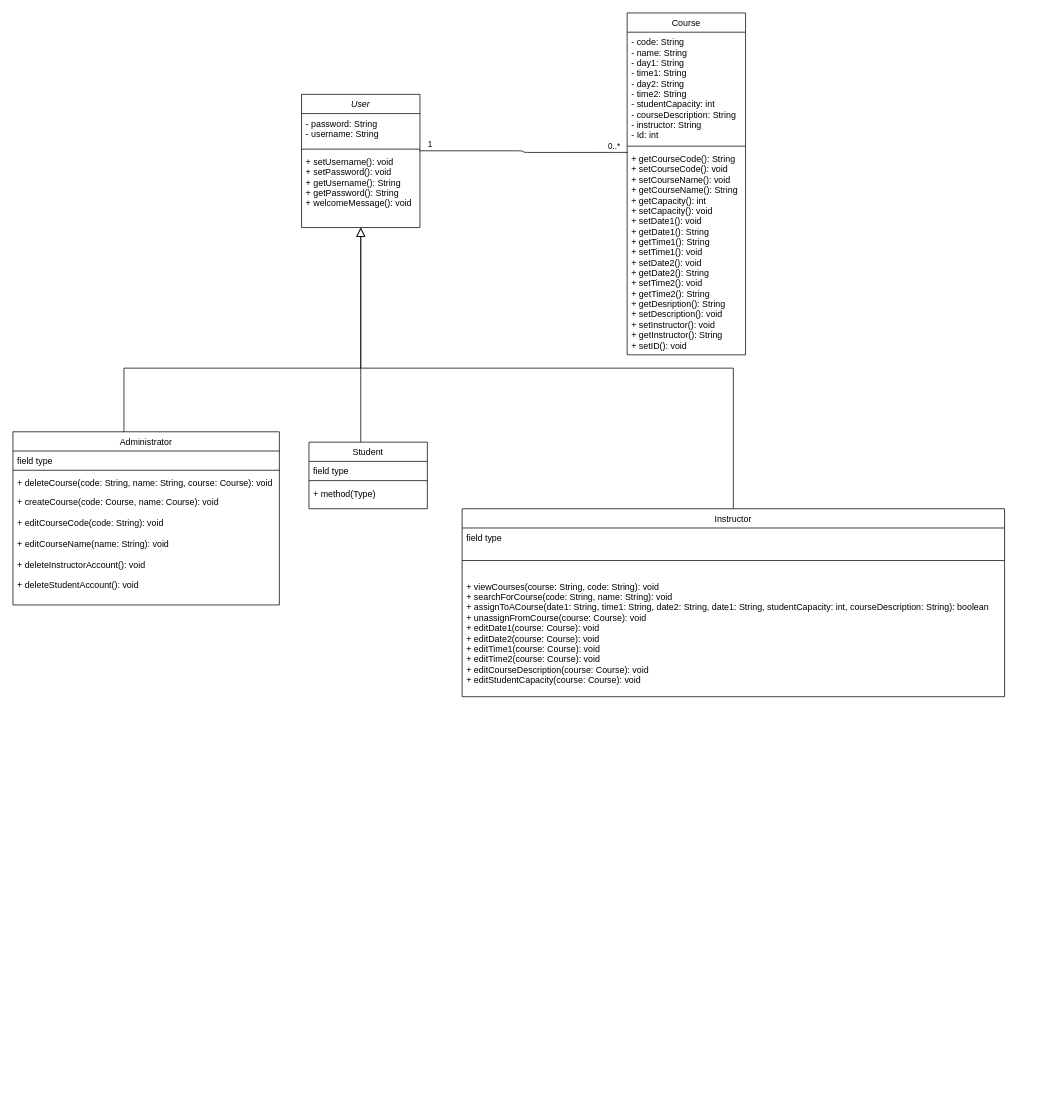
This is SEG_Term_Project.drawio from tamaraamicic/SEG2105, a draw.io file, before an edit. Source tidied: cells renumbered, new cells numbered last; positions are measured from the earlier drawing's top-left corner, leaving out a move shared by most shapes. Both pictures are drawn from the tidied source at 74%, with x=0, y=0 at pixel (13, 13).
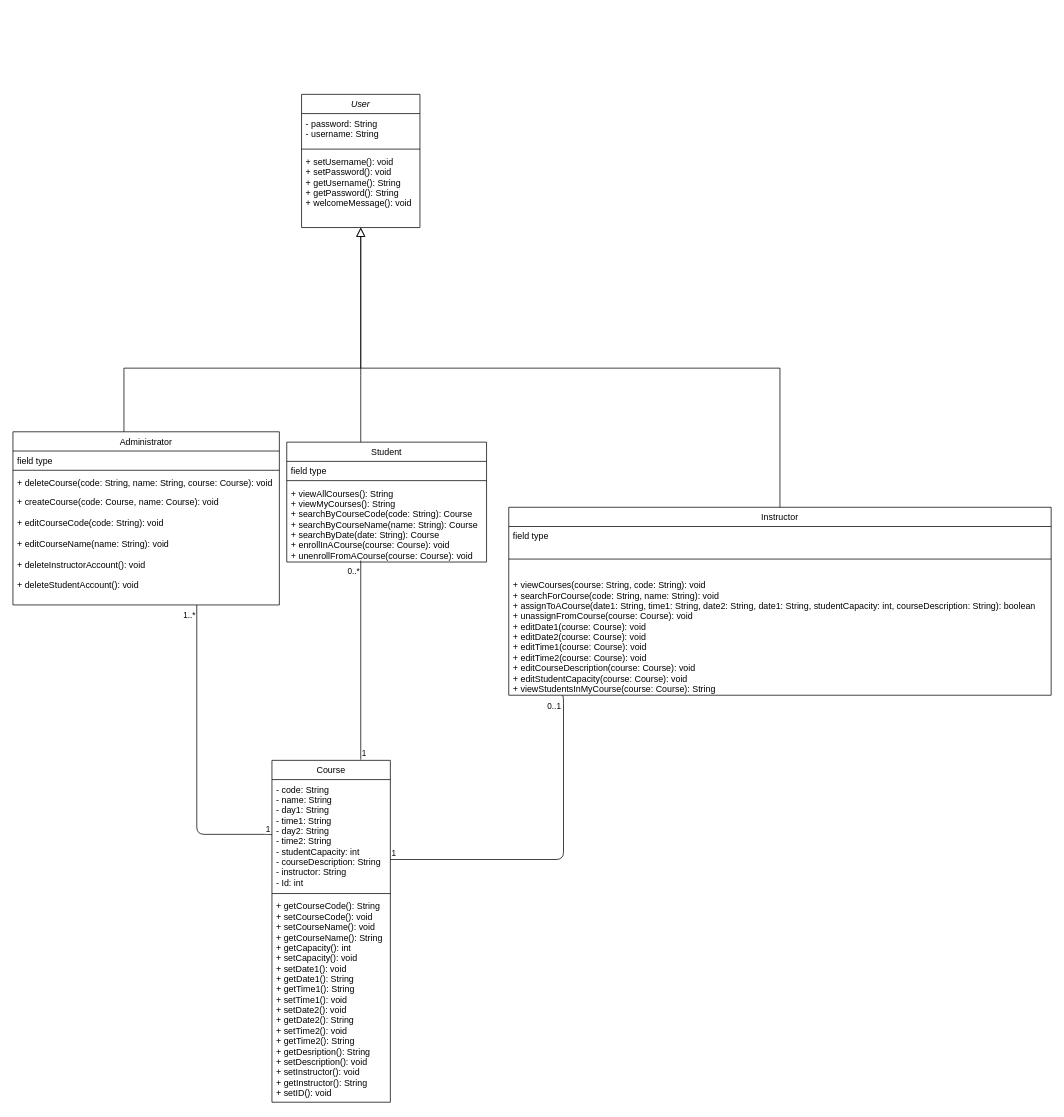
The same page after the edit.

Commit message (it also covers changes not shown here):
Making a test case

Unchanged cells that the change refers to:
```xml
<mxCell id="2" value="User" style="swimlane;fontStyle=2;align=center;verticalAlign=top;horizontal=1;startSize=26;rounded=0;shadow=0;strokeWidth=1;" parent="1" vertex="1">
  <mxGeometry x="390" y="110" width="160" height="180" as="geometry" />
</mxCell>
<mxCell id="5" value="+ setUsername(): void&#10;+ setPassword(): void&#10;+ getUsername(): String&#10;+ getPassword(): String&#10;+ welcomeMessage(): void" style="text;align=left;verticalAlign=top;spacingLeft=4;spacingRight=4;overflow=hidden;points=[[0,0.5],[1,0.5]];portConstraint=eastwest;" parent="2" vertex="1">
  <mxGeometry y="78" width="160" height="82" as="geometry" />
</mxCell>
<mxCell id="17" value="- code: String&#10;- name: String &#10;- day1: String&#10;- time1: String&#10;- day2: String&#10;- time2: String&#10;- studentCapacity: int&#10;- courseDescription: String&#10;- instructor: String&#10;- Id: int&#10;&#10;" style="text;align=left;verticalAlign=top;spacingLeft=4;spacingRight=4;overflow=hidden;points=[[0,0.5],[1,0.5]];portConstraint=eastwest;rounded=0;shadow=0;html=0;" parent="16" vertex="1">
  <mxGeometry y="26" width="160" height="150" as="geometry" />
</mxCell>
<mxCell id="24" value="+ createCourse(code: Course, name: Course): void&#10;&#10;+ editCourseCode(code: String): void&#10;&#10;+ editCourseName(name: String): void&#10;&#10;+ deleteInstructorAccount(): void&#10;&#10;+ deleteStudentAccount(): void&#10;" style="text;align=left;verticalAlign=top;spacingLeft=4;spacingRight=4;overflow=hidden;points=[[0,0.5],[1,0.5]];portConstraint=eastwest;" parent="20" vertex="1">
  <mxGeometry y="82" width="360" height="150" as="geometry" />
</mxCell>
```

The edit, as a diff of the source:
```diff
@@
     <mxCell id="6" value="Student" style="swimlane;fontStyle=0;align=center;verticalAlign=top;horizontal=1;startSize=26;rounded=0;shadow=0;strokeWidth=1;" parent="1" vertex="1">
-      <mxGeometry x="400" y="580" width="160" height="90" as="geometry" />
+      <mxGeometry x="370" y="580" width="270" height="162" as="geometry" />
     </mxCell>
     <mxCell id="7" value="field type" style="text;align=left;verticalAlign=top;spacingLeft=4;spacingRight=4;overflow=hidden;" parent="6" vertex="1">
-      <mxGeometry y="26" width="160" height="22" as="geometry" />
+      <mxGeometry y="26" width="270" height="22" as="geometry" />
     </mxCell>
     <mxCell id="8" style="line;html=1;strokeWidth=1;align=left;verticalAlign=middle;spacingTop=-1;spacingLeft=3;spacingRight=3;labelPosition=right;" parent="6" vertex="1">
-      <mxGeometry y="48" width="160" height="8" as="geometry" />
+      <mxGeometry y="48" width="270" height="8" as="geometry" />
     </mxCell>
-    <mxCell id="9" value="+ method(Type)" style="text;align=left;verticalAlign=top;spacingLeft=4;spacingRight=4;overflow=hidden;fontStyle=0;" parent="6" vertex="1">
-      <mxGeometry y="56" width="160" height="26" as="geometry" />
+    <mxCell id="9" value="+ viewAllCourses(): String&#10;+ viewMyCourses(): String&#10;+ searchByCourseCode(code: String): Course&#10;+ searchByCourseName(name: String): Course&#10;+ searchByDate(date: String): Course&#10;+ enrollInACourse(course: Course): void&#10;+ unenrollFromACourse(course: Course): void&#10;" style="text;align=left;verticalAlign=top;spacingLeft=4;spacingRight=4;overflow=hidden;fontStyle=0;" parent="6" vertex="1">
+      <mxGeometry y="56" width="270" height="106" as="geometry" />
     </mxCell>
@@
     <mxCell id="11" value="Instructor" style="swimlane;fontStyle=0;align=center;verticalAlign=top;horizontal=1;startSize=26;rounded=0;shadow=0;strokeWidth=1;" parent="1" vertex="1">
-      <mxGeometry x="607" y="670" width="733" height="254" as="geometry" />
+      <mxGeometry x="670" y="668" width="733" height="254" as="geometry" />
     </mxCell>
@@
-    <mxCell id="14" value="+ viewCourses(course: String, code: String): void&#10;+ searchForCourse(code: String, name: String): void&#10;+ assignToACourse(date1: String, time1: String, date2: String, date1: String, studentCapacity: int, courseDescription: String): boolean&#10;+ unassignFromCourse(course: Course): void&#10;+ editDate1(course: Course): void&#10;+ editDate2(course: Course): void&#10;+ editTime1(course: Course): void&#10;+ editTime2(course: Course): void&#10;+ editCourseDescription(course: Course): void&#10;+ editStudentCapacity(course: Course): void&#10;" style="text;align=left;verticalAlign=top;spacingLeft=4;spacingRight=4;overflow=hidden;points=[[0,0.5],[1,0.5]];portConstraint=eastwest;fontStyle=0;" parent="11" vertex="1">
+    <mxCell id="14" value="+ viewCourses(course: String, code: String): void&#10;+ searchForCourse(code: String, name: String): void&#10;+ assignToACourse(date1: String, time1: String, date2: String, date1: String, studentCapacity: int, courseDescription: String): boolean&#10;+ unassignFromCourse(course: Course): void&#10;+ editDate1(course: Course): void&#10;+ editDate2(course: Course): void&#10;+ editTime1(course: Course): void&#10;+ editTime2(course: Course): void&#10;+ editCourseDescription(course: Course): void&#10;+ editStudentCapacity(course: Course): void&#10;+ viewStudentsInMyCourse(course: Course): String&#10;" style="text;align=left;verticalAlign=top;spacingLeft=4;spacingRight=4;overflow=hidden;points=[[0,0.5],[1,0.5]];portConstraint=eastwest;fontStyle=0;" parent="11" vertex="1">
       <mxGeometry y="92" width="733" height="162" as="geometry" />
     </mxCell>
-    <mxCell id="15" style="endArrow=block;endSize=10;endFill=0;shadow=0;strokeWidth=1;rounded=0;edgeStyle=elbowEdgeStyle;elbow=vertical;" parent="1" edge="1" source="11" target="2">
-      <mxGeometry relative="1" as="geometry" />
+    <mxCell id="15" style="endArrow=block;endSize=10;endFill=0;shadow=0;strokeWidth=1;rounded=0;edgeStyle=elbowEdgeStyle;elbow=vertical;exitX=0.5;exitY=0;exitDx=0;exitDy=0;" parent="1" edge="1" source="11" target="2">
+      <mxGeometry relative="1" as="geometry">
+        <Array as="points">
+          <mxPoint x="710" y="480" />
+        </Array>
+      </mxGeometry>
     </mxCell>
     <mxCell id="16" value="Course" style="swimlane;fontStyle=0;align=center;verticalAlign=top;horizontal=1;startSize=26;rounded=0;shadow=0;strokeWidth=1;" parent="1" vertex="1">
-      <mxGeometry x="830" width="160" height="462" as="geometry" />
+      <mxGeometry x="350" y="1010" width="160" height="462" as="geometry" />
     </mxCell>
@@
-    <mxCell id="27" style="endArrow=none;html=1;edgeStyle=orthogonalEdgeStyle;entryX=0.005;entryY=1.083;entryDx=0;entryDy=0;entryPerimeter=0;exitX=0.996;exitY=-0.021;exitDx=0;exitDy=0;exitPerimeter=0;" parent="1" edge="1" source="5" target="17">
-      <mxGeometry relative="1" as="geometry" />
-    </mxCell>
-    <mxCell id="28" value="1" style="edgeLabel;html=1;align=left;verticalAlign=bottom;" parent="27" vertex="1">
-      <mxGeometry x="-1" relative="1" as="geometry">
-        <mxPoint x="10" as="offset" />
-      </mxGeometry>
-    </mxCell>
+    <mxCell id="30" style="endArrow=none;html=1;edgeStyle=orthogonalEdgeStyle;entryX=0.098;entryY=1.005;entryDx=0;entryDy=0;entryPerimeter=0;" parent="1" edge="1" target="14">
+      <mxGeometry relative="1" as="geometry">
+        <mxPoint x="510" y="1144" as="sourcePoint" />
+        <Array as="points">
+          <mxPoint x="744" y="1144" />
+          <mxPoint x="744" y="923" />
+        </Array>
+      </mxGeometry>
+    </mxCell>
+    <mxCell id="31" value="1" style="edgeLabel;html=1;align=left;verticalAlign=bottom;" parent="30" vertex="1">
+      <mxGeometry x="-1" relative="1" as="geometry" />
+    </mxCell>
+    <mxCell id="32" value="0..1" style="edgeLabel;html=1;align=right;verticalAlign=bottom;" parent="30" vertex="1">
+      <mxGeometry x="1" relative="1" as="geometry">
+        <mxPoint x="-1" y="22" as="offset" />
+      </mxGeometry>
+    </mxCell>
+    <mxCell id="33" style="endArrow=none;html=1;edgeStyle=orthogonalEdgeStyle;entryX=0.69;entryY=1.013;entryDx=0;entryDy=0;entryPerimeter=0;exitX=0;exitY=0.5;exitDx=0;exitDy=0;" parent="1" edge="1" source="17" target="24">
+      <mxGeometry relative="1" as="geometry">
+        <Array as="points">
+          <mxPoint x="248" y="1110" />
+        </Array>
+      </mxGeometry>
+    </mxCell>
+    <mxCell id="34" value="1" style="edgeLabel;html=1;align=left;verticalAlign=bottom;" parent="33" vertex="1">
+      <mxGeometry x="-1" relative="1" as="geometry">
+        <mxPoint x="-10" as="offset" />
+      </mxGeometry>
+    </mxCell>
+    <mxCell id="35" value="1..*" style="edgeLabel;html=1;align=right;verticalAlign=bottom;" parent="33" vertex="1">
+      <mxGeometry x="1" relative="1" as="geometry">
+        <mxPoint x="-1" y="22" as="offset" />
+      </mxGeometry>
+    </mxCell>
+    <mxCell id="36" style="endArrow=none;html=1;edgeStyle=orthogonalEdgeStyle;" parent="1" edge="1">
+      <mxGeometry relative="1" as="geometry">
+        <mxPoint x="470" y="1009" as="sourcePoint" />
+        <mxPoint x="470" y="740" as="targetPoint" />
+        <Array as="points">
+          <mxPoint x="470" y="1009" />
+        </Array>
+      </mxGeometry>
+    </mxCell>
+    <mxCell id="37" value="1" style="edgeLabel;html=1;align=left;verticalAlign=bottom;" parent="36" vertex="1">
+      <mxGeometry x="-1" relative="1" as="geometry" />
+    </mxCell>
-    <mxCell id="29" value="0..*" style="edgeLabel;html=1;align=right;verticalAlign=bottom;" parent="27" vertex="1">
+    <mxCell id="29" value="0..*" style="edgeLabel;html=1;align=right;verticalAlign=bottom;" parent="36" vertex="1">
       <mxGeometry x="1" relative="1" as="geometry">
-        <mxPoint x="-10" as="offset" />
+        <mxPoint x="-1" y="22" as="offset" />
       </mxGeometry>
     </mxCell>
```
